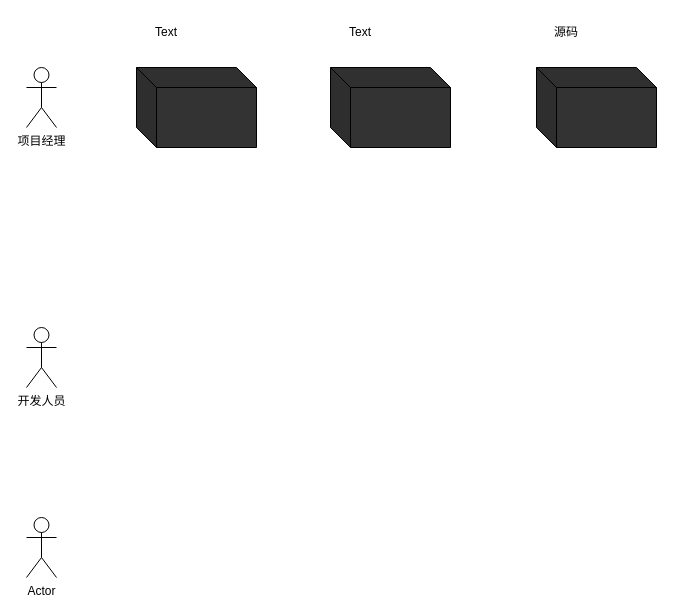
This is 低代码—盒子.drawio from tangyaosimida/love, a draw.io file, before an edit. Source tidied: cells renumbered, new cells numbered last; positions are measured from the earlier drawing's top-left corner, leaving out a move shared by most shapes. Both pictures are drawn from the tidied source at 100%, with x=0, y=0 at pixel (26, 17).
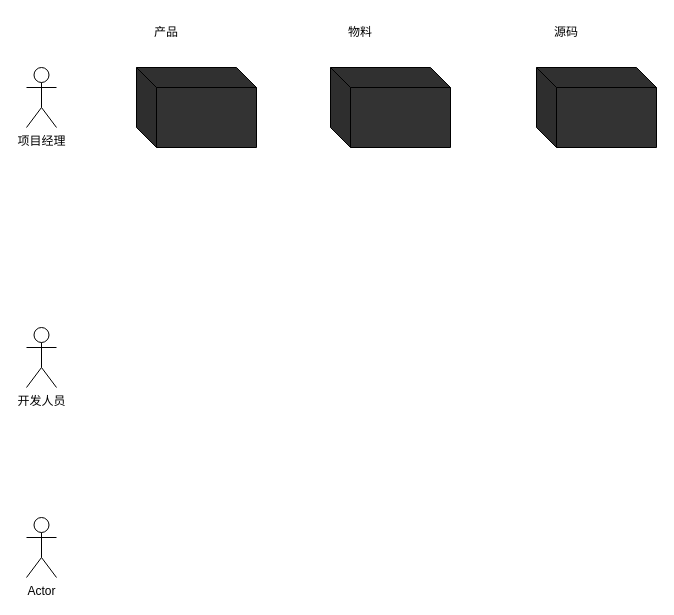
Above is the later version.

Commit message (it also covers changes not shown here):
更新低代码—盒子.drawio

Diff of the diagram source:
```diff
@@
 <mxGraphModel>
   <root>
     <mxCell id="0" />
     <mxCell id="1" parent="0" />
     <mxCell id="2" value="项目经理" style="shape=umlActor;verticalLabelPosition=bottom;verticalAlign=top;html=1;" parent="1" vertex="1">
       <mxGeometry y="50" width="30" height="60" as="geometry" />
     </mxCell>
     <mxCell id="3" value="开发人员" style="shape=umlActor;verticalLabelPosition=bottom;verticalAlign=top;html=1;" parent="1" vertex="1">
       <mxGeometry y="310" width="30" height="60" as="geometry" />
     </mxCell>
     <mxCell id="4" value="Actor" style="shape=umlActor;verticalLabelPosition=bottom;verticalAlign=top;html=1;" parent="1" vertex="1">
       <mxGeometry y="500" width="30" height="60" as="geometry" />
     </mxCell>
     <mxCell id="5" style="shape=cube;whiteSpace=wrap;html=1;boundedLbl=1;backgroundOutline=1;darkOpacity=0.05;darkOpacity2=0.1;fillColor=#333333;" parent="1" vertex="1">
       <mxGeometry x="110" y="50" width="120" height="80" as="geometry" />
     </mxCell>
     <mxCell id="6" style="shape=cube;whiteSpace=wrap;html=1;boundedLbl=1;backgroundOutline=1;darkOpacity=0.05;darkOpacity2=0.1;fillColor=#333333;" parent="1" vertex="1">
       <mxGeometry x="510" y="50" width="120" height="80" as="geometry" />
     </mxCell>
     <mxCell id="7" style="shape=cube;whiteSpace=wrap;html=1;boundedLbl=1;backgroundOutline=1;darkOpacity=0.05;darkOpacity2=0.1;fillColor=#333333;" parent="1" vertex="1">
       <mxGeometry x="304" y="50" width="120" height="80" as="geometry" />
     </mxCell>
-    <mxCell id="8" value="Text" style="text;html=1;align=center;verticalAlign=middle;whiteSpace=wrap;rounded=0;" parent="1" vertex="1">
+    <mxCell id="8" value="产品" style="text;html=1;align=center;verticalAlign=middle;whiteSpace=wrap;rounded=0;" parent="1" vertex="1">
       <mxGeometry x="110" width="60" height="30" as="geometry" />
     </mxCell>
-    <mxCell id="9" value="Text" style="text;html=1;align=center;verticalAlign=middle;whiteSpace=wrap;rounded=0;" parent="1" vertex="1">
+    <mxCell id="9" value="物料" style="text;html=1;align=center;verticalAlign=middle;whiteSpace=wrap;rounded=0;" parent="1" vertex="1">
       <mxGeometry x="304" width="60" height="30" as="geometry" />
     </mxCell>
     <mxCell id="10" value="源码" style="text;html=1;align=center;verticalAlign=middle;whiteSpace=wrap;rounded=0;" parent="1" vertex="1">
       <mxGeometry x="510" width="60" height="30" as="geometry" />
     </mxCell>
   </root>
 </mxGraphModel>
```
